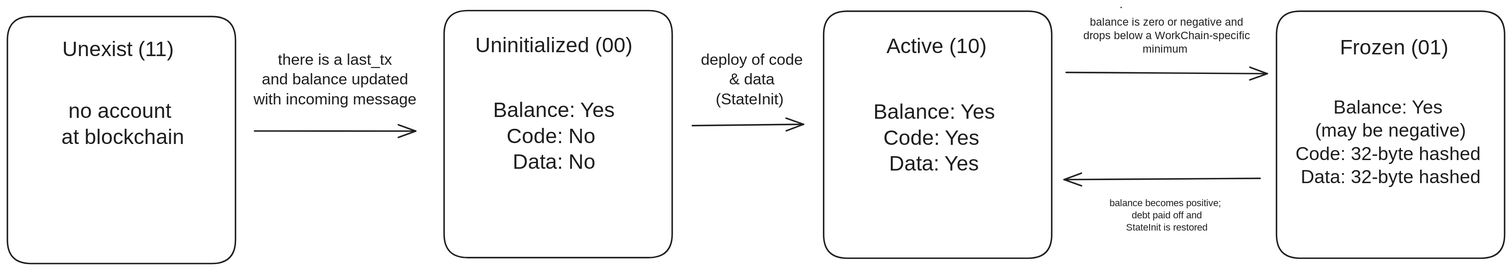
The Excalidraw diagram static/img/docs/blockchain-fundamentals/account_states.svg in ton-community/ton-docs, before a commit. Source tidied: one line per element, renumbered; positions are measured from the earlier drawing's top-left corner, leaving out a move shared by most shapes. Its diagram source:
```json
{"id": 0, "type": "rectangle", "strokeColor": "#1e1e1e", "strokeWidth": 2, "roughness": 0, "round": true, "x": 590, "y": 4, "width": 308, "height": 334}
{"id": 1, "type": "rectangle", "strokeColor": "#1e1e1e", "strokeWidth": 2, "roughness": 0, "round": true, "x": 1102, "y": 5, "width": 308, "height": 334}
{"id": 2, "type": "rectangle", "strokeColor": "#1e1e1e", "strokeWidth": 2, "roughness": 0, "round": true, "x": 1714, "y": 5, "width": 308, "height": 334}
{"id": 3, "type": "text", "text": "Uninitialized (00)", "strokeColor": "#1e1e1e", "strokeWidth": 2, "roughness": 0, "fontSize": 28, "fontFamily": 5, "textAlign": "center", "x": 622, "y": 36, "width": 232, "height": 35}
{"id": 4, "type": "text", "text": "Active (10)", "strokeColor": "#1e1e1e", "strokeWidth": 2, "roughness": 0, "fontSize": 28, "fontFamily": 5, "textAlign": "center", "x": 1180, "y": 37, "width": 149, "height": 35}
{"id": 5, "type": "text", "text": "Frozen (01)", "strokeColor": "#1e1e1e", "strokeWidth": 2, "roughness": 0, "fontSize": 28, "fontFamily": 5, "textAlign": "center", "x": 1795, "y": 39, "width": 157, "height": 35}
{"id": 6, "type": "text", "text": "Balance: Yes\nCode: No \nData: No", "strokeColor": "#1e1e1e", "strokeWidth": 2, "roughness": 0, "fontSize": 28, "fontFamily": 5, "textAlign": "center", "x": 655, "y": 124, "width": 167, "height": 105}
{"id": 7, "type": "text", "text": "Balance: Yes\nCode: Yes \nData: Yes", "strokeColor": "#1e1e1e", "strokeWidth": 2, "roughness": 0, "fontSize": 28, "fontFamily": 5, "textAlign": "center", "x": 1168, "y": 126, "width": 167, "height": 105}
{"id": 8, "type": "text", "text": "Balance: Yes \n(may be negative)\nCode: 32-byte hashed \nData: 32-byte hashed", "strokeColor": "#1e1e1e", "strokeWidth": 2, "roughness": 0, "fontSize": 25.19, "fontFamily": 5, "textAlign": "center", "x": 1728, "y": 121, "width": 280, "height": 126}
{"id": 9, "type": "arrow", "strokeColor": "#1e1e1e", "strokeWidth": 2, "roughness": 0, "endArrowhead": "arrow", "round": true, "to": 12, "x": 925, "y": 160, "width": 150, "height": 2, "points": [[0, 0], [150, -2]]}
{"id": 10, "type": "arrow", "strokeColor": "#1e1e1e", "strokeWidth": 2, "roughness": 0, "endArrowhead": "arrow", "round": true, "from": 1, "to": 2, "x": 1430, "y": 88, "width": 272, "height": 2, "points": [[0, 0], [272, 2]]}
{"id": 11, "type": "arrow", "strokeColor": "#1e1e1e", "strokeWidth": 2, "roughness": 0, "endArrowhead": "arrow", "round": true, "from": 2, "to": 1, "x": 1692, "y": 231, "width": 265, "height": 2, "points": [[0, 0], [-265, 2]]}
{"id": 12, "type": "text", "text": "deploy of code\n& data\n(StateInit) ", "strokeColor": "#1e1e1e", "strokeWidth": 2, "roughness": 0, "fontSize": 21.35, "fontFamily": 5, "textAlign": "center", "x": 921, "y": 59, "width": 169, "height": 80}
{"id": 13, "type": "text", "text": "balance is zero or negative and\ndrops below a WorkChain-specific\nminimum ", "strokeColor": "#1e1e1e", "strokeWidth": 2, "roughness": 0, "fontSize": 14.64, "fontFamily": 5, "textAlign": "center", "x": 1444, "y": 11, "width": 243, "height": 55}
{"id": 14, "type": "text", "text": "balance becomes positive; \ndebt paid off and\nStateInit is restored\n\n", "strokeColor": "#1e1e1e", "strokeWidth": 2, "roughness": 0, "fontSize": 13.07, "fontFamily": 5, "textAlign": "center", "x": 1479, "y": 258, "width": 174, "height": 82}
{"id": 15, "type": "text", "text": "there is a last_tx\nand balance updated\nwith incoming message", "strokeColor": "#1e1e1e", "strokeWidth": 2, "roughness": 0, "fontSize": 21.35, "fontFamily": 5, "textAlign": "center", "x": 326, "y": 59, "width": 232, "height": 80}
{"id": 16, "type": "arrow", "strokeColor": "#1e1e1e", "strokeWidth": 2, "roughness": 0, "endArrowhead": "arrow", "round": true, "from": 17, "x": 334, "y": 167, "width": 218, "height": 0, "points": [[0, 0], [218, 0]]}
{"id": 17, "type": "rectangle", "strokeColor": "#1e1e1e", "strokeWidth": 2, "roughness": 0, "round": true, "x": 0, "y": 12, "width": 308, "height": 334}
{"id": 18, "type": "text", "text": "Unexist (11)", "strokeColor": "#1e1e1e", "strokeWidth": 2, "roughness": 0, "fontSize": 28, "fontFamily": 5, "textAlign": "center", "x": 68, "y": 41, "width": 163, "height": 35}
{"id": 19, "type": "text", "text": "no account \nat blockchain", "strokeColor": "#1e1e1e", "strokeWidth": 2, "roughness": 0, "fontSize": 28, "fontFamily": 5, "textAlign": "center", "x": 67, "y": 125, "width": 178, "height": 70}
{"id": 20, "type": "arrow", "strokeColor": "#1e1e1e", "strokeWidth": 2, "roughness": 0, "endArrowhead": "arrow", "round": true, "x": 1504, "y": 0, "width": 0, "height": 0, "points": [[0, 0], [0, 0]]}
```
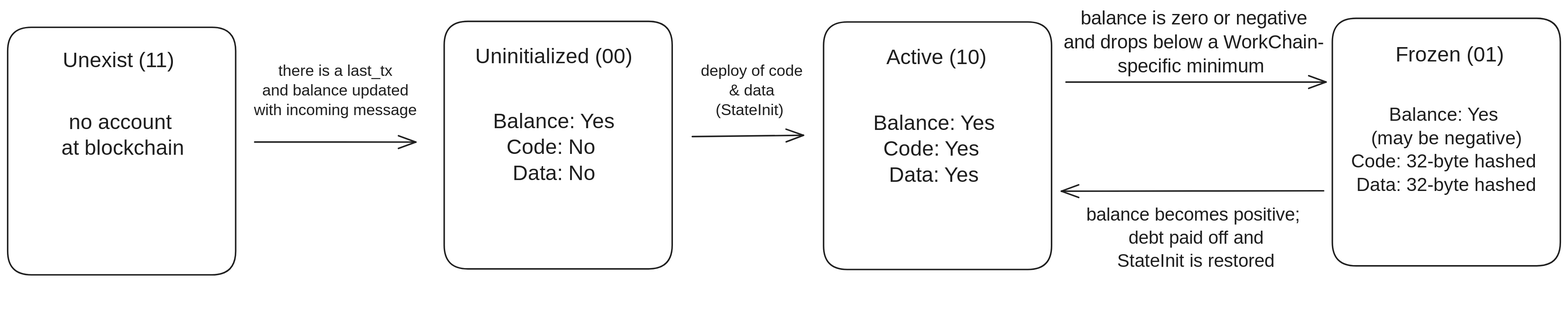
Above is the later version.

The edit, as a diff of the source:
```diff
@@ -1,18 +1,18 @@
 {"id": 0, "type": "rectangle", "strokeColor": "#1e1e1e", "strokeWidth": 2, "roughness": 0, "round": true, "x": 590, "y": 4, "width": 308, "height": 334}
 {"id": 1, "type": "rectangle", "strokeColor": "#1e1e1e", "strokeWidth": 2, "roughness": 0, "round": true, "x": 1102, "y": 5, "width": 308, "height": 334}
-{"id": 2, "type": "rectangle", "strokeColor": "#1e1e1e", "strokeWidth": 2, "roughness": 0, "round": true, "x": 1714, "y": 5, "width": 308, "height": 334}
+{"id": 2, "type": "rectangle", "strokeColor": "#1e1e1e", "strokeWidth": 2, "roughness": 0, "round": true, "x": 1790, "y": 0, "width": 308, "height": 334}
 {"id": 3, "type": "text", "text": "Uninitialized (00)", "strokeColor": "#1e1e1e", "strokeWidth": 2, "roughness": 0, "fontSize": 28, "fontFamily": 5, "textAlign": "center", "x": 622, "y": 36, "width": 232, "height": 35}
 {"id": 4, "type": "text", "text": "Active (10)", "strokeColor": "#1e1e1e", "strokeWidth": 2, "roughness": 0, "fontSize": 28, "fontFamily": 5, "textAlign": "center", "x": 1180, "y": 37, "width": 149, "height": 35}
-{"id": 5, "type": "text", "text": "Frozen (01)", "strokeColor": "#1e1e1e", "strokeWidth": 2, "roughness": 0, "fontSize": 28, "fontFamily": 5, "textAlign": "center", "x": 1795, "y": 39, "width": 157, "height": 35}
+{"id": 5, "type": "text", "text": "Frozen (01)", "strokeColor": "#1e1e1e", "strokeWidth": 2, "roughness": 0, "fontSize": 28, "fontFamily": 5, "textAlign": "center", "x": 1870, "y": 34, "width": 157, "height": 35}
 {"id": 6, "type": "text", "text": "Balance: Yes\nCode: No \nData: No", "strokeColor": "#1e1e1e", "strokeWidth": 2, "roughness": 0, "fontSize": 28, "fontFamily": 5, "textAlign": "center", "x": 655, "y": 124, "width": 167, "height": 105}
 {"id": 7, "type": "text", "text": "Balance: Yes\nCode: Yes \nData: Yes", "strokeColor": "#1e1e1e", "strokeWidth": 2, "roughness": 0, "fontSize": 28, "fontFamily": 5, "textAlign": "center", "x": 1168, "y": 126, "width": 167, "height": 105}
-{"id": 8, "type": "text", "text": "Balance: Yes \n(may be negative)\nCode: 32-byte hashed \nData: 32-byte hashed", "strokeColor": "#1e1e1e", "strokeWidth": 2, "roughness": 0, "fontSize": 25.19, "fontFamily": 5, "textAlign": "center", "x": 1728, "y": 121, "width": 280, "height": 126}
+{"id": 8, "type": "text", "text": "Balance: Yes \n(may be negative)\nCode: 32-byte hashed \nData: 32-byte hashed", "strokeColor": "#1e1e1e", "strokeWidth": 2, "roughness": 0, "fontSize": 25.19, "fontFamily": 5, "textAlign": "center", "x": 1804, "y": 116, "width": 280, "height": 126}
 {"id": 9, "type": "arrow", "strokeColor": "#1e1e1e", "strokeWidth": 2, "roughness": 0, "endArrowhead": "arrow", "round": true, "to": 12, "x": 925, "y": 160, "width": 150, "height": 2, "points": [[0, 0], [150, -2]]}
-{"id": 10, "type": "arrow", "strokeColor": "#1e1e1e", "strokeWidth": 2, "roughness": 0, "endArrowhead": "arrow", "round": true, "from": 1, "to": 2, "x": 1430, "y": 88, "width": 272, "height": 2, "points": [[0, 0], [272, 2]]}
+{"id": 10, "type": "arrow", "strokeColor": "#1e1e1e", "strokeWidth": 2, "roughness": 0, "endArrowhead": "arrow", "round": true, "from": 1, "to": 2, "x": 1430, "y": 86, "width": 351, "height": 0, "points": [[0, 0], [351, 0]]}
-{"id": 11, "type": "arrow", "strokeColor": "#1e1e1e", "strokeWidth": 2, "roughness": 0, "endArrowhead": "arrow", "round": true, "from": 2, "to": 1, "x": 1692, "y": 231, "width": 265, "height": 2, "points": [[0, 0], [-265, 2]]}
+{"id": 11, "type": "arrow", "strokeColor": "#1e1e1e", "strokeWidth": 2, "roughness": 0, "endArrowhead": "arrow", "round": true, "from": 8, "to": 1, "x": 1778, "y": 233, "width": 354, "height": 0, "points": [[0, 0], [-354, 0]]}
 {"id": 12, "type": "text", "text": "deploy of code\n& data\n(StateInit) ", "strokeColor": "#1e1e1e", "strokeWidth": 2, "roughness": 0, "fontSize": 21.35, "fontFamily": 5, "textAlign": "center", "x": 921, "y": 59, "width": 169, "height": 80}
-{"id": 13, "type": "text", "text": "balance is zero or negative and\ndrops below a WorkChain-specific\nminimum ", "strokeColor": "#1e1e1e", "strokeWidth": 2, "roughness": 0, "fontSize": 14.64, "fontFamily": 5, "textAlign": "center", "x": 1444, "y": 11, "width": 243, "height": 55}
+{"id": 13, "type": "text", "text": "balance is zero or negative\nand drops below a WorkChain-\nspecific minimum ", "strokeColor": "#1e1e1e", "strokeWidth": 2, "roughness": 0, "fontSize": 25.91, "fontFamily": 5, "textAlign": "center", "x": 1410, "y": -15, "width": 384, "height": 97}
-{"id": 14, "type": "text", "text": "balance becomes positive; \ndebt paid off and\nStateInit is restored\n\n", "strokeColor": "#1e1e1e", "strokeWidth": 2, "roughness": 0, "fontSize": 13.07, "fontFamily": 5, "textAlign": "center", "x": 1479, "y": 258, "width": 174, "height": 82}
+{"id": 14, "type": "text", "text": "balance becomes positive; \ndebt paid off and\nStateInit is restored\n\n", "strokeColor": "#1e1e1e", "strokeWidth": 2, "roughness": 0, "fontSize": 24.85, "fontFamily": 5, "textAlign": "center", "x": 1440, "y": 252, "width": 331, "height": 155}
 {"id": 15, "type": "text", "text": "there is a last_tx\nand balance updated\nwith incoming message", "strokeColor": "#1e1e1e", "strokeWidth": 2, "roughness": 0, "fontSize": 21.35, "fontFamily": 5, "textAlign": "center", "x": 326, "y": 59, "width": 232, "height": 80}
 {"id": 16, "type": "arrow", "strokeColor": "#1e1e1e", "strokeWidth": 2, "roughness": 0, "endArrowhead": "arrow", "round": true, "from": 17, "x": 334, "y": 167, "width": 218, "height": 0, "points": [[0, 0], [218, 0]]}
 {"id": 17, "type": "rectangle", "strokeColor": "#1e1e1e", "strokeWidth": 2, "roughness": 0, "round": true, "x": 0, "y": 12, "width": 308, "height": 334}
```
